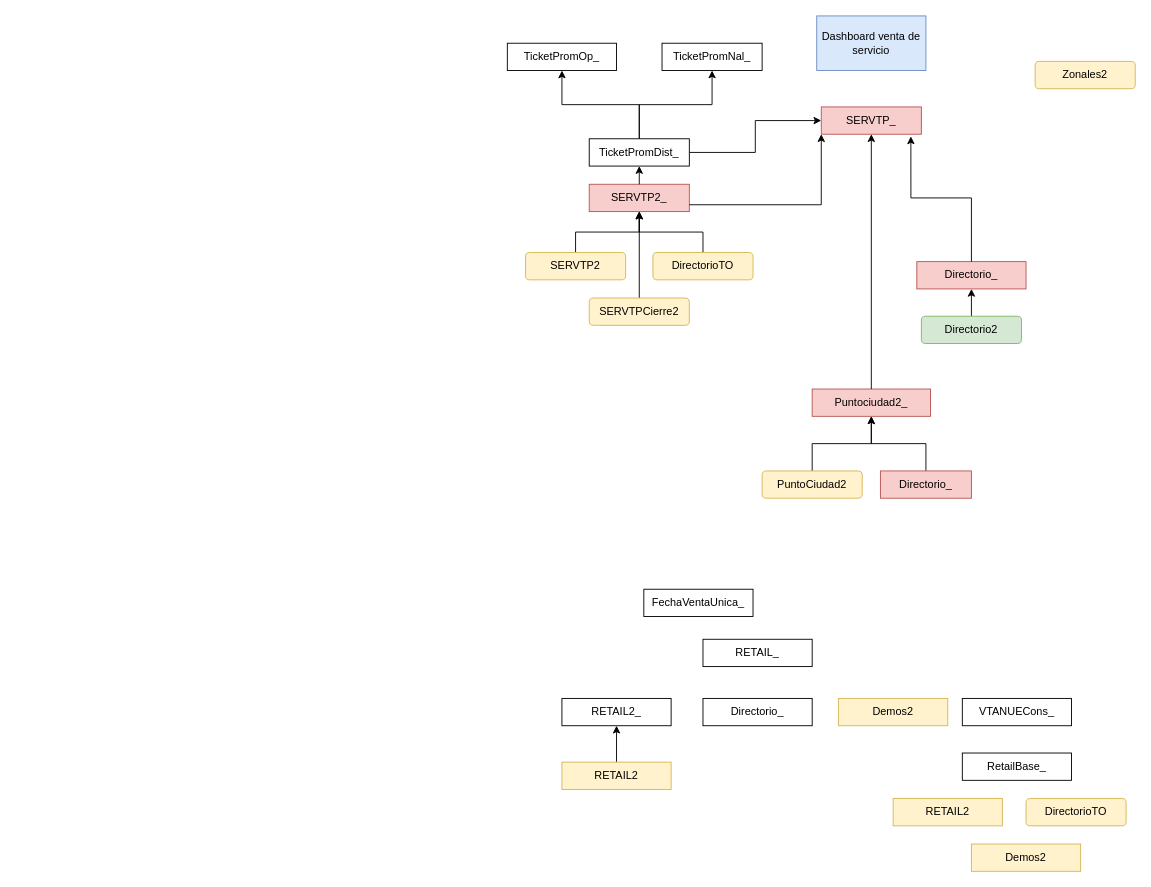
The draw.io diagram Diagrama sin título.drawio in gabybecool/Drawio, before the edit. Source tidied: cells renumbered, new cells numbered last; positions are measured from the earlier drawing's top-left corner, leaving out a move shared by most shapes. Both pictures are drawn from the tidied source at 91%, with x=0, y=0 at pixel (507, 15).
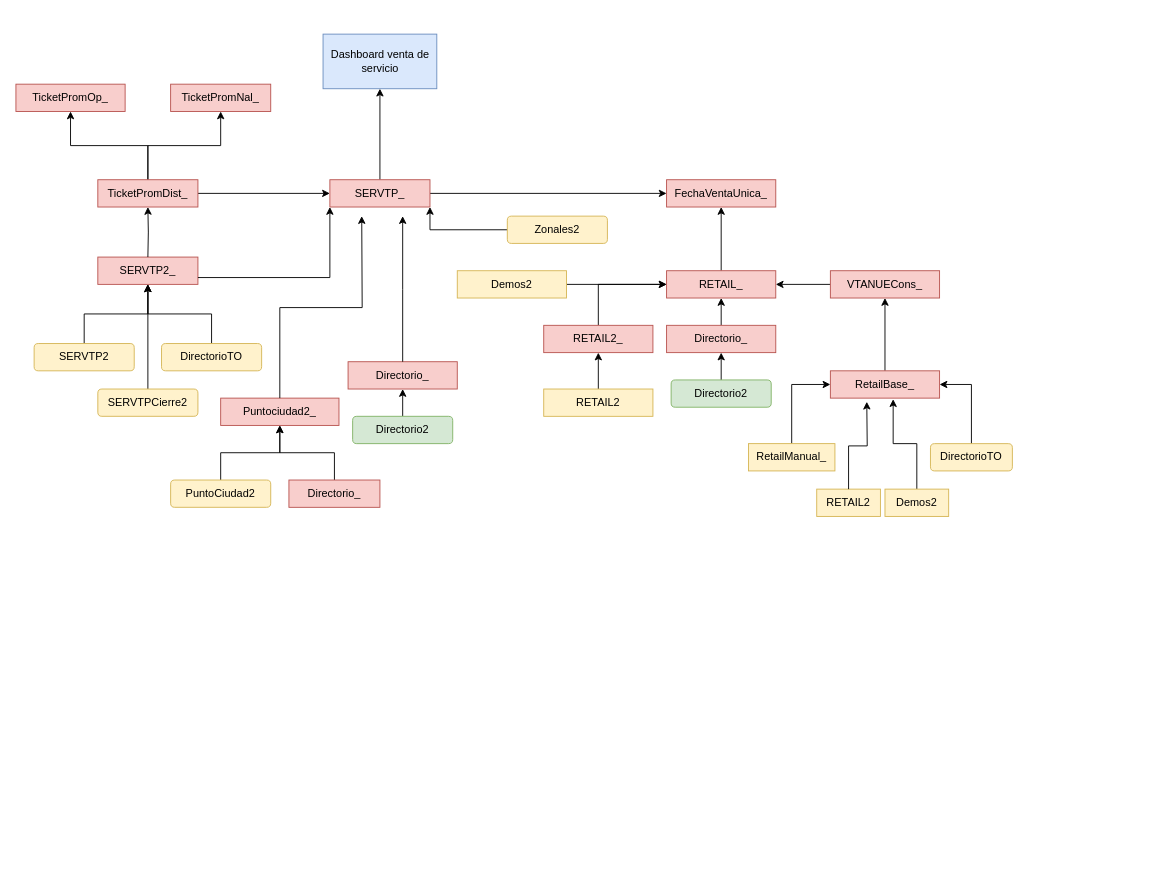
The same page after the edit.

Change to the diagram source:
```diff
@@
     <mxCell id="2" value="Dashboard venta de servicio" style="rounded=0;whiteSpace=wrap;html=1;fillColor=#dae8fc;strokeColor=#6c8ebf;" parent="1" vertex="1">
-      <mxGeometry x="340" width="120" height="60" as="geometry" />
+      <mxGeometry x="-202.5" y="20" width="125" height="60" as="geometry" />
     </mxCell>
+    <mxCell id="42" style="edgeStyle=orthogonalEdgeStyle;rounded=0;jettySize=auto;html=1;exitX=1;exitY=0.5;exitDx=0;exitDy=0;entryX=0;entryY=0.5;entryDx=0;entryDy=0;" parent="1" edge="1" source="3" target="7">
+      <mxGeometry relative="1" as="geometry" />
+    </mxCell>
+    <mxCell id="43" style="edgeStyle=orthogonalEdgeStyle;rounded=0;jettySize=auto;html=1;exitX=0.5;exitY=0;exitDx=0;exitDy=0;entryX=0.5;entryY=1;entryDx=0;entryDy=0;" parent="1" edge="1" source="3" target="2">
+      <mxGeometry relative="1" as="geometry" />
+    </mxCell>
     <mxCell id="3" value="SERVTP_" style="rounded=0;whiteSpace=wrap;html=1;fillColor=#f8cecc;strokeColor=#b85450;" parent="1" vertex="1">
-      <mxGeometry x="345" y="100" width="110" height="30" as="geometry" />
+      <mxGeometry x="-195" y="180" width="110" height="30" as="geometry" />
     </mxCell>
     <mxCell id="4" value="SERVTP2_" style="rounded=0;whiteSpace=wrap;html=1;fillColor=#f8cecc;strokeColor=#b85450;" parent="1" vertex="1">
-      <mxGeometry x="90" y="185" width="110" height="30" as="geometry" />
+      <mxGeometry x="-450" y="265" width="110" height="30" as="geometry" />
     </mxCell>
     <mxCell id="5" value="Puntociudad2_" style="rounded=0;whiteSpace=wrap;html=1;fillColor=#f8cecc;strokeColor=#b85450;" parent="1" vertex="1">
-      <mxGeometry x="335" y="410" width="130" height="30" as="geometry" />
+      <mxGeometry x="-315" y="420" width="130" height="30" as="geometry" />
     </mxCell>
-    <mxCell id="6" value="TicketPromOp_" style="rounded=0;whiteSpace=wrap;html=1;" parent="1" vertex="1">
-      <mxGeometry y="30" width="120" height="30" as="geometry" />
+    <mxCell id="6" value="TicketPromOp_" style="rounded=0;whiteSpace=wrap;html=1;fillColor=#f8cecc;strokeColor=#b85450;" parent="1" vertex="1">
+      <mxGeometry x="-540" y="75" width="120" height="30" as="geometry" />
     </mxCell>
-    <mxCell id="7" value="FechaVentaUnica_" style="rounded=0;whiteSpace=wrap;html=1;" parent="1" vertex="1">
-      <mxGeometry x="150" y="630" width="120" height="30" as="geometry" />
+    <mxCell id="7" value="FechaVentaUnica_" style="rounded=0;whiteSpace=wrap;html=1;fillColor=#f8cecc;strokeColor=#b85450;" parent="1" vertex="1">
+      <mxGeometry x="175" y="180" width="120" height="30" as="geometry" />
     </mxCell>
     <mxCell id="8" value="Directorio_" style="rounded=0;whiteSpace=wrap;html=1;fillColor=#f8cecc;strokeColor=#b85450;" parent="1" vertex="1">
-      <mxGeometry x="450" y="270" width="120" height="30" as="geometry" />
+      <mxGeometry x="-175" y="380" width="120" height="30" as="geometry" />
     </mxCell>
@@
     <mxCell id="10" value="SERVTP2" style="rounded=1;whiteSpace=wrap;html=1;fillColor=#fff2cc;strokeColor=#d6b656;" parent="1" vertex="1">
-      <mxGeometry x="20" y="260" width="110" height="30" as="geometry" />
+      <mxGeometry x="-520" y="360" width="110" height="30" as="geometry" />
     </mxCell>
@@
     <mxCell id="12" value="DirectorioTO" style="rounded=1;whiteSpace=wrap;html=1;fillColor=#fff2cc;strokeColor=#d6b656;" parent="1" vertex="1">
-      <mxGeometry x="160" y="260" width="110" height="30" as="geometry" />
+      <mxGeometry x="-380" y="360" width="110" height="30" as="geometry" />
     </mxCell>
@@
     <mxCell id="14" value="SERVTPCierre2" style="rounded=1;whiteSpace=wrap;html=1;fillColor=#fff2cc;strokeColor=#d6b656;" parent="1" vertex="1">
-      <mxGeometry x="90" y="310" width="110" height="30" as="geometry" />
+      <mxGeometry x="-450" y="410" width="110" height="30" as="geometry" />
     </mxCell>
@@
     <mxCell id="16" value="PuntoCiudad2" style="rounded=1;whiteSpace=wrap;html=1;fillColor=#fff2cc;strokeColor=#d6b656;" parent="1" vertex="1">
-      <mxGeometry x="280" y="500" width="110" height="30" as="geometry" />
+      <mxGeometry x="-370" y="510" width="110" height="30" as="geometry" />
     </mxCell>
@@
     <mxCell id="18" value="Directorio_" style="rounded=0;whiteSpace=wrap;html=1;fillColor=#f8cecc;strokeColor=#b85450;" parent="1" vertex="1">
-      <mxGeometry x="410" y="500" width="100" height="30" as="geometry" />
+      <mxGeometry x="-240" y="510" width="100" height="30" as="geometry" />
     </mxCell>
@@
     <mxCell id="20" value="Directorio2" style="rounded=1;whiteSpace=wrap;html=1;fillColor=#d5e8d4;strokeColor=#82b366;" parent="1" vertex="1">
-      <mxGeometry x="455" y="330" width="110" height="30" as="geometry" />
+      <mxGeometry x="-170" y="440" width="110" height="30" as="geometry" />
     </mxCell>
+    <mxCell id="44" style="edgeStyle=orthogonalEdgeStyle;rounded=0;jettySize=auto;html=1;exitX=0;exitY=0.5;exitDx=0;exitDy=0;entryX=1;entryY=1;entryDx=0;entryDy=0;" parent="1" edge="1" source="21" target="3">
+      <mxGeometry relative="1" as="geometry" />
+    </mxCell>
     <mxCell id="21" value="Zonales2" style="rounded=1;whiteSpace=wrap;html=1;fillColor=#fff2cc;strokeColor=#d6b656;" parent="1" vertex="1">
-      <mxGeometry x="580" y="50" width="110" height="30" as="geometry" />
+      <mxGeometry y="220" width="110" height="30" as="geometry" />
     </mxCell>
-    <mxCell id="22" value="TicketPromNal_" style="rounded=0;whiteSpace=wrap;html=1;" parent="1" vertex="1">
-      <mxGeometry x="170" y="30" width="110" height="30" as="geometry" />
+    <mxCell id="22" value="TicketPromNal_" style="rounded=0;whiteSpace=wrap;html=1;fillColor=#f8cecc;strokeColor=#b85450;" parent="1" vertex="1">
+      <mxGeometry x="-370" y="75" width="110" height="30" as="geometry" />
     </mxCell>
@@
-    <mxCell id="26" value="TicketPromDist_" style="rounded=0;whiteSpace=wrap;html=1;" parent="1" vertex="1">
-      <mxGeometry x="90" y="135" width="110" height="30" as="geometry" />
+    <mxCell id="26" value="TicketPromDist_" style="rounded=0;whiteSpace=wrap;html=1;fillColor=#f8cecc;strokeColor=#b85450;" parent="1" vertex="1">
+      <mxGeometry x="-450" y="180" width="110" height="30" as="geometry" />
     </mxCell>
     <mxCell id="27" style="edgeStyle=orthogonalEdgeStyle;rounded=0;jettySize=auto;html=1;exitX=0.5;exitY=0;exitDx=0;exitDy=0;entryX=0.5;entryY=1;entryDx=0;entryDy=0;" parent="1" edge="1" target="26">
       <mxGeometry relative="1" as="geometry">
-        <mxPoint x="145" y="185" as="sourcePoint" />
+        <mxPoint x="-395" y="265" as="sourcePoint" />
       </mxGeometry>
     </mxCell>
@@
-    <mxCell id="29" style="edgeStyle=orthogonalEdgeStyle;rounded=0;jettySize=auto;html=1;exitX=0.5;exitY=0;exitDx=0;exitDy=0;entryX=0.5;entryY=1;entryDx=0;entryDy=0;" parent="1" edge="1" source="5" target="3">
-      <mxGeometry relative="1" as="geometry" />
+    <mxCell id="29" style="edgeStyle=orthogonalEdgeStyle;rounded=0;jettySize=auto;html=1;exitX=0.5;exitY=0;exitDx=0;exitDy=0;" parent="1" edge="1" source="5">
+      <mxGeometry relative="1" as="geometry">
+        <mxPoint x="-160" y="220" as="targetPoint" />
+      </mxGeometry>
     </mxCell>
-    <mxCell id="30" style="edgeStyle=orthogonalEdgeStyle;rounded=0;jettySize=auto;html=1;exitX=0.5;exitY=0;exitDx=0;exitDy=0;entryX=0.895;entryY=1.08;entryDx=0;entryDy=0;entryPerimeter=0;" parent="1" edge="1" source="8" target="3">
-      <mxGeometry relative="1" as="geometry" />
+    <mxCell id="30" style="edgeStyle=orthogonalEdgeStyle;rounded=0;jettySize=auto;html=1;exitX=0.5;exitY=0;exitDx=0;exitDy=0;" parent="1" edge="1" source="8">
+      <mxGeometry relative="1" as="geometry">
+        <mxPoint x="-115" y="220" as="targetPoint" />
+      </mxGeometry>
     </mxCell>
+    <mxCell id="45" style="edgeStyle=orthogonalEdgeStyle;rounded=0;jettySize=auto;html=1;exitX=0.5;exitY=0;exitDx=0;exitDy=0;entryX=0.5;entryY=1;entryDx=0;entryDy=0;" parent="1" edge="1" source="31" target="7">
+      <mxGeometry relative="1" as="geometry" />
+    </mxCell>
-    <mxCell id="31" value="RETAIL_" style="rounded=0;whiteSpace=wrap;html=1;" parent="1" vertex="1">
-      <mxGeometry x="215" y="685" width="120" height="30" as="geometry" />
+    <mxCell id="31" value="RETAIL_" style="rounded=0;whiteSpace=wrap;html=1;fillColor=#f8cecc;strokeColor=#b85450;" parent="1" vertex="1">
+      <mxGeometry x="175" y="280" width="120" height="30" as="geometry" />
     </mxCell>
+    <mxCell id="46" style="edgeStyle=orthogonalEdgeStyle;rounded=0;jettySize=auto;html=1;exitX=0.5;exitY=0;exitDx=0;exitDy=0;entryX=0;entryY=0.5;entryDx=0;entryDy=0;" parent="1" edge="1" source="32" target="31">
+      <mxGeometry relative="1" as="geometry" />
+    </mxCell>
-    <mxCell id="32" value="RETAIL2_" style="rounded=0;whiteSpace=wrap;html=1;" parent="1" vertex="1">
-      <mxGeometry x="60" y="750" width="120" height="30" as="geometry" />
+    <mxCell id="32" value="RETAIL2_" style="rounded=0;whiteSpace=wrap;html=1;fillColor=#f8cecc;strokeColor=#b85450;" parent="1" vertex="1">
+      <mxGeometry x="40" y="340" width="120" height="30" as="geometry" />
     </mxCell>
-    <mxCell id="33" value="Directorio_" style="rounded=0;whiteSpace=wrap;html=1;" parent="1" vertex="1">
-      <mxGeometry x="215" y="750" width="120" height="30" as="geometry" />
-    </mxCell>
+    <mxCell id="47" style="edgeStyle=orthogonalEdgeStyle;rounded=0;jettySize=auto;html=1;exitX=1;exitY=0.5;exitDx=0;exitDy=0;" parent="1" edge="1" source="34" target="31">
+      <mxGeometry relative="1" as="geometry" />
+    </mxCell>
     <mxCell id="34" value="Demos2" style="rounded=0;whiteSpace=wrap;html=1;fillColor=#fff2cc;strokeColor=#d6b656;" parent="1" vertex="1">
-      <mxGeometry x="364" y="750" width="120" height="30" as="geometry" />
+      <mxGeometry x="-55" y="280" width="120" height="30" as="geometry" />
     </mxCell>
@@
     <mxCell id="36" value="RETAIL2" style="rounded=0;whiteSpace=wrap;html=1;fillColor=#fff2cc;strokeColor=#d6b656;" parent="1" vertex="1">
-      <mxGeometry x="60" y="820" width="120" height="30" as="geometry" />
+      <mxGeometry x="40" y="410" width="120" height="30" as="geometry" />
     </mxCell>
+    <mxCell id="48" style="edgeStyle=orthogonalEdgeStyle;rounded=0;jettySize=auto;html=1;exitX=0;exitY=0.5;exitDx=0;exitDy=0;" parent="1" edge="1" source="37" target="31">
+      <mxGeometry relative="1" as="geometry" />
+    </mxCell>
-    <mxCell id="37" value="VTANUECons_" style="rounded=0;whiteSpace=wrap;html=1;" parent="1" vertex="1">
-      <mxGeometry x="500" y="750" width="120" height="30" as="geometry" />
+    <mxCell id="37" value="VTANUECons_" style="rounded=0;whiteSpace=wrap;html=1;fillColor=#f8cecc;strokeColor=#b85450;" parent="1" vertex="1">
+      <mxGeometry x="355" y="280" width="120" height="30" as="geometry" />
     </mxCell>
+    <mxCell id="49" style="edgeStyle=orthogonalEdgeStyle;rounded=0;jettySize=auto;html=1;exitX=0.5;exitY=0;exitDx=0;exitDy=0;entryX=0.5;entryY=1;entryDx=0;entryDy=0;" parent="1" edge="1" source="38" target="37">
+      <mxGeometry relative="1" as="geometry" />
+    </mxCell>
-    <mxCell id="38" value="RetailBase_" style="rounded=0;whiteSpace=wrap;html=1;" parent="1" vertex="1">
-      <mxGeometry x="500" y="810" width="120" height="30" as="geometry" />
+    <mxCell id="38" value="RetailBase_" style="rounded=0;whiteSpace=wrap;html=1;fillColor=#f8cecc;strokeColor=#b85450;" parent="1" vertex="1">
+      <mxGeometry x="355" y="390" width="120" height="30" as="geometry" />
     </mxCell>
     <mxCell id="39" value="RETAIL2" style="rounded=0;whiteSpace=wrap;html=1;fillColor=#fff2cc;strokeColor=#d6b656;" parent="1" vertex="1">
-      <mxGeometry x="424" y="860" width="120" height="30" as="geometry" />
+      <mxGeometry x="340" y="520" width="70" height="30" as="geometry" />
     </mxCell>
+    <mxCell id="50" style="edgeStyle=orthogonalEdgeStyle;rounded=0;jettySize=auto;html=1;exitX=0.5;exitY=0;exitDx=0;exitDy=0;entryX=0.575;entryY=1.04;entryDx=0;entryDy=0;entryPerimeter=0;" parent="1" edge="1" source="40" target="38">
+      <mxGeometry relative="1" as="geometry" />
+    </mxCell>
     <mxCell id="40" value="Demos2" style="rounded=0;whiteSpace=wrap;html=1;fillColor=#fff2cc;strokeColor=#d6b656;" parent="1" vertex="1">
-      <mxGeometry x="510" y="910" width="120" height="30" as="geometry" />
+      <mxGeometry x="415" y="520" width="70" height="30" as="geometry" />
     </mxCell>
+    <mxCell id="51" style="edgeStyle=orthogonalEdgeStyle;rounded=0;jettySize=auto;html=1;exitX=0.5;exitY=0;exitDx=0;exitDy=0;entryX=1;entryY=0.5;entryDx=0;entryDy=0;" parent="1" edge="1" source="41" target="38">
+      <mxGeometry relative="1" as="geometry" />
+    </mxCell>
     <mxCell id="41" value="DirectorioTO" style="rounded=1;whiteSpace=wrap;html=1;fillColor=#fff2cc;strokeColor=#d6b656;" parent="1" vertex="1">
-      <mxGeometry x="570" y="860" width="110" height="30" as="geometry" />
+      <mxGeometry x="465" y="470" width="90" height="30" as="geometry" />
     </mxCell>
+    <mxCell id="52" style="edgeStyle=orthogonalEdgeStyle;rounded=0;jettySize=auto;html=1;exitX=0.5;exitY=0;exitDx=0;exitDy=0;entryX=0;entryY=0.5;entryDx=0;entryDy=0;" parent="1" edge="1" source="53" target="38">
+      <mxGeometry relative="1" as="geometry" />
+    </mxCell>
+    <mxCell id="53" value="RetailManual_" style="rounded=0;whiteSpace=wrap;html=1;fillColor=#fff2cc;strokeColor=#d6b656;" parent="1" vertex="1">
+      <mxGeometry x="265" y="470" width="95" height="30" as="geometry" />
+    </mxCell>
+    <mxCell id="54" style="edgeStyle=orthogonalEdgeStyle;rounded=0;jettySize=auto;html=1;exitX=0.5;exitY=0;exitDx=0;exitDy=0;" parent="1" edge="1" source="39">
+      <mxGeometry relative="1" as="geometry">
+        <mxPoint x="395" y="424" as="targetPoint" />
+      </mxGeometry>
+    </mxCell>
+    <mxCell id="55" style="edgeStyle=orthogonalEdgeStyle;rounded=0;jettySize=auto;html=1;exitX=0.5;exitY=0;exitDx=0;exitDy=0;entryX=0.5;entryY=1;entryDx=0;entryDy=0;" parent="1" edge="1" source="33" target="31">
+      <mxGeometry relative="1" as="geometry" />
+    </mxCell>
+    <mxCell id="33" value="Directorio_" style="rounded=0;whiteSpace=wrap;html=1;fillColor=#f8cecc;strokeColor=#b85450;" parent="1" vertex="1">
+      <mxGeometry x="175" y="340" width="120" height="30" as="geometry" />
+    </mxCell>
+    <mxCell id="56" style="edgeStyle=orthogonalEdgeStyle;rounded=0;jettySize=auto;html=1;exitX=0.5;exitY=0;exitDx=0;exitDy=0;entryX=0.5;entryY=1;entryDx=0;entryDy=0;" parent="1" edge="1" source="57" target="33">
+      <mxGeometry relative="1" as="geometry" />
+    </mxCell>
+    <mxCell id="57" value="Directorio2" style="rounded=1;whiteSpace=wrap;html=1;fillColor=#d5e8d4;strokeColor=#82b366;" parent="1" vertex="1">
+      <mxGeometry x="180" y="400" width="110" height="30" as="geometry" />
+    </mxCell>
```
